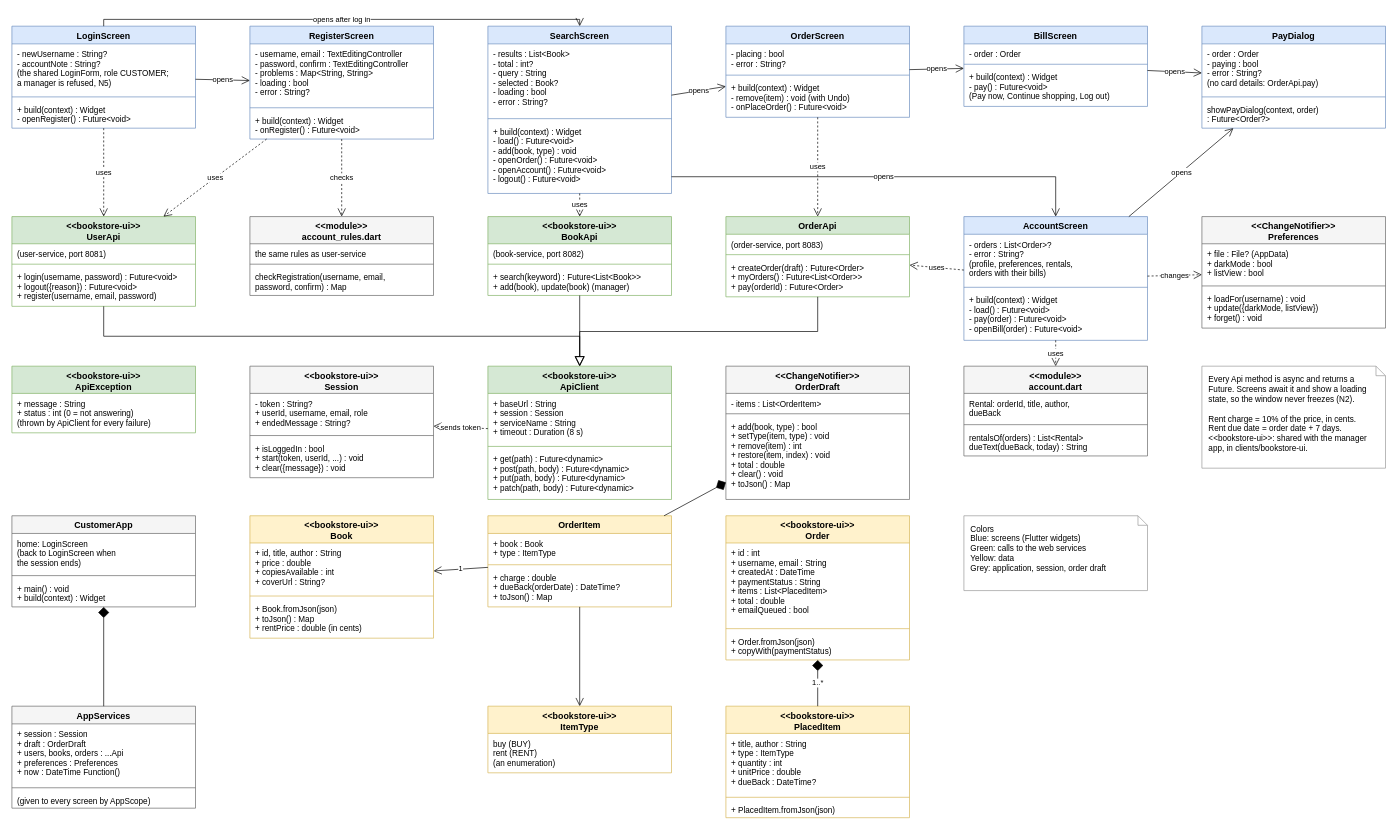
Above: docs/02-design/diagrams/class-customer-app.drawio in KFUPMer/csce310-bookstore (draw.io), before the change. Source tidied: cells renumbered, new cells numbered last; positions are measured from the earlier drawing's top-left corner, leaving out a move shared by most shapes. Both pictures are drawn from the tidied source at 68%, with x=0, y=0 at pixel (12, 26).
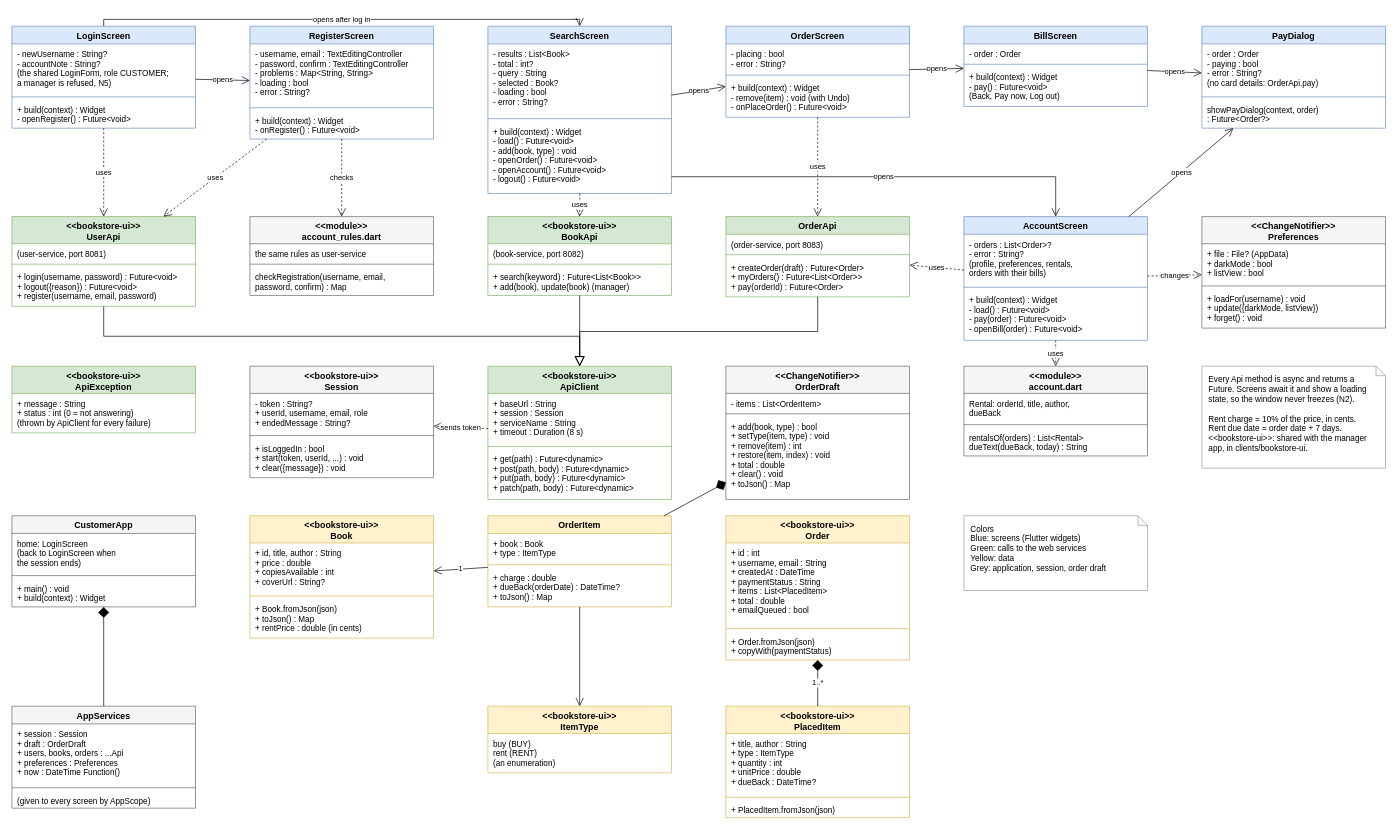
The same page after the edit.

Commit message (it also covers changes not shown here):
Give the bill screen a back arrow instead of Continue shopping

Unchanged cells that the change refers to:
```xml
<mxCell id="18" value="BillScreen" style="swimlane;fontStyle=1;align=center;verticalAlign=top;horizontal=1;startSize=26;fillColor=#dae8fc;strokeColor=#6c8ebf;fontSize=13;" parent="1" vertex="1">
  <mxGeometry x="1400" width="270" height="118" as="geometry" />
</mxCell>
```

Diff of the diagram source:
```diff
@@
-    <mxCell id="21" value="+ build(context) : Widget&#10;- pay() : Future&lt;void&gt;&#10;(Pay now, Continue shopping, Log out)" style="text;strokeColor=none;fillColor=none;align=left;verticalAlign=top;spacingLeft=6;spacingRight=4;spacingTop=2;overflow=hidden;fontSize=12;" parent="18" vertex="1">
+    <mxCell id="21" value="+ build(context) : Widget&#10;- pay() : Future&lt;void&gt;&#10;(Back, Pay now, Log out)" style="text;strokeColor=none;fillColor=none;align=left;verticalAlign=top;spacingLeft=6;spacingRight=4;spacingTop=2;overflow=hidden;fontSize=12;" parent="18" vertex="1">
       <mxGeometry y="60" width="270" height="58" as="geometry" />
     </mxCell>
```
